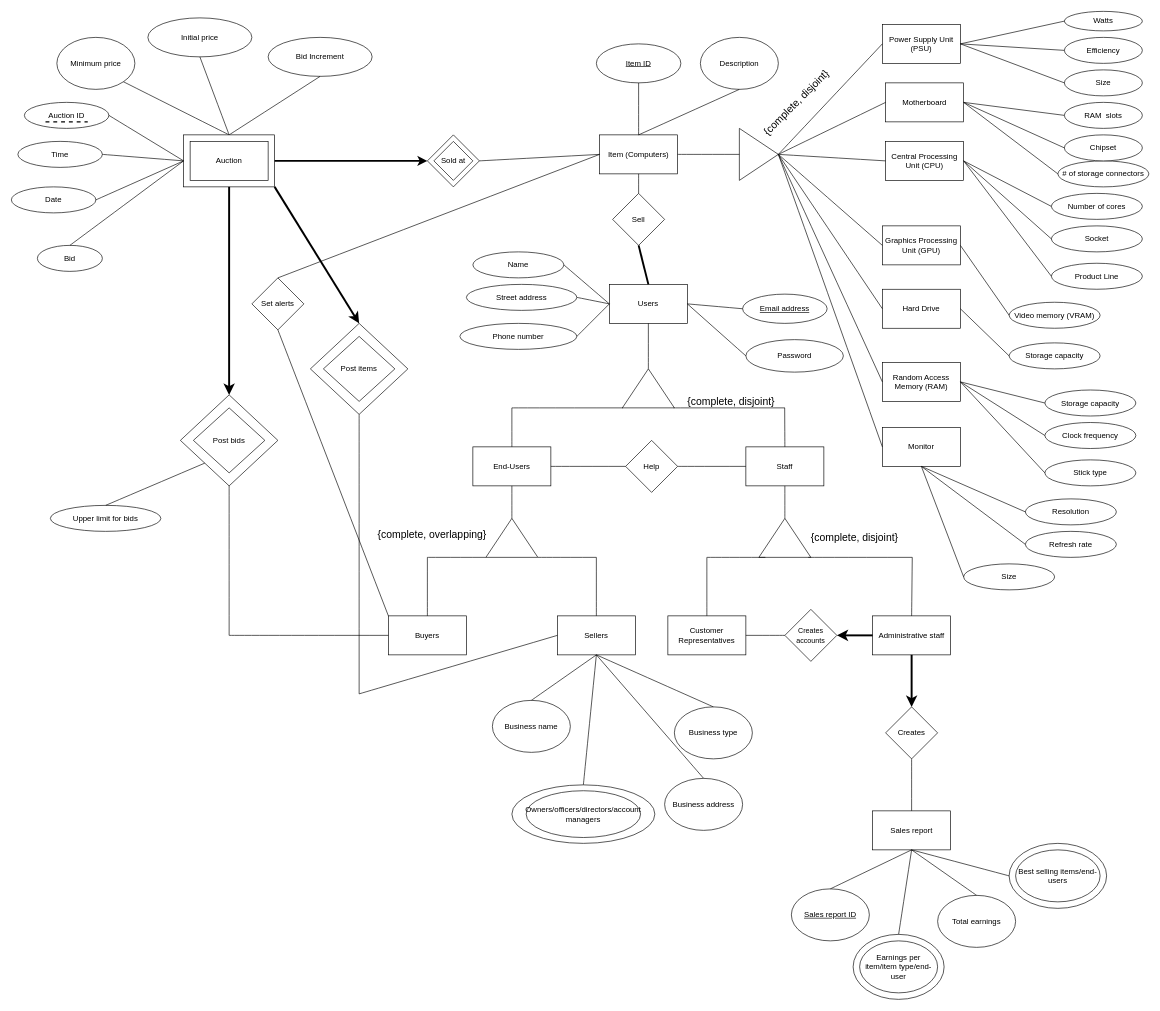
JuanAracena/OnlineAuctionSystem keeps this draw.io diagram as BuyMeERDiagram.drawio. Above is the earlier version. Source tidied: cells renumbered, new cells numbered last; positions are measured from the earlier drawing's top-left corner, leaving out a move shared by most shapes. Both pictures are drawn from the tidied source at 65%, with x=0, y=0 at pixel (11, 11).
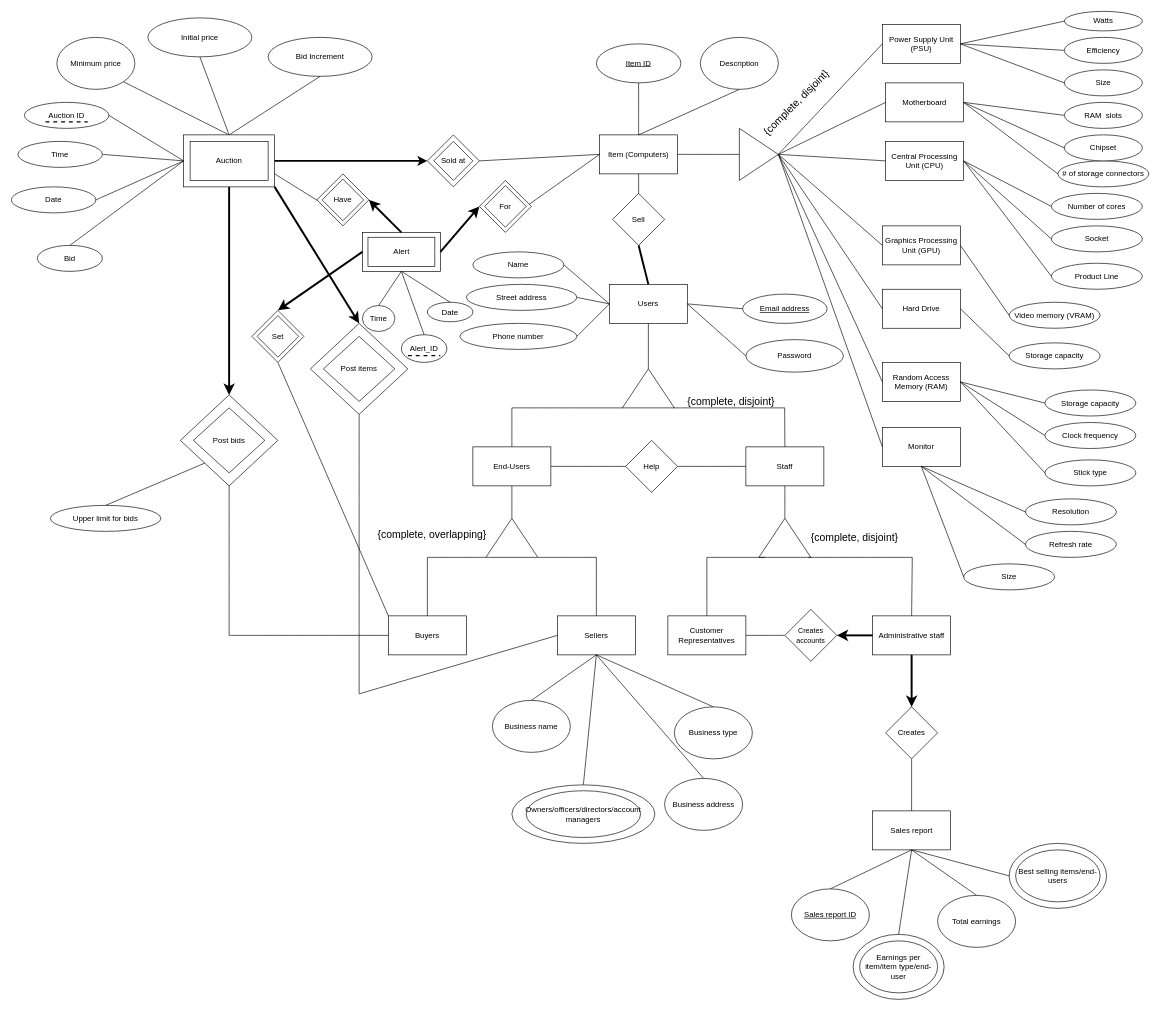
The same diagram, later.

Commit message (it also covers changes not shown here):
made changes to alert and added a pdf with the diagram and the relational schema

Unchanged cells that the change refers to:
```xml
<mxCell id="8" value="Buyers" style="rounded=0;whiteSpace=wrap;html=1;" parent="1" vertex="1">
  <mxGeometry x="580" y="930" width="120" height="60" as="geometry" />
</mxCell>
<mxCell id="30" value="Item (Computers)" style="rounded=0;whiteSpace=wrap;html=1;" parent="1" vertex="1">
  <mxGeometry x="905" y="190" width="120" height="60" as="geometry" />
</mxCell>
<mxCell id="64" style="rounded=0;whiteSpace=wrap;html=1;" parent="63" vertex="1">
  <mxGeometry width="140" height="80" as="geometry" />
</mxCell>
```

Diff of the diagram source:
```diff
@@
-    <mxCell id="96" value="Set alerts" style="rhombus;whiteSpace=wrap;html=1;" parent="1" vertex="1">
-      <mxGeometry x="370" y="410" width="80" height="80" as="geometry" />
-    </mxCell>
-    <mxCell id="97" style="endArrow=none;html=1;rounded=0;fontSize=12;startSize=8;endSize=8;curved=1;exitX=0.5;exitY=1;exitDx=0;exitDy=0;entryX=0;entryY=0;entryDx=0;entryDy=0;" parent="1" edge="1" source="96" target="8">
+    <mxCell id="97" style="endArrow=none;html=1;rounded=0;fontSize=12;startSize=8;endSize=8;curved=1;entryX=0;entryY=0;entryDx=0;entryDy=0;exitX=0.5;exitY=1;exitDx=0;exitDy=0;" parent="1" edge="1" source="175" target="8">
       <mxGeometry relative="1" as="geometry" />
     </mxCell>
-    <mxCell id="98" style="endArrow=none;html=1;rounded=0;fontSize=12;startSize=8;endSize=8;curved=1;exitX=0.5;exitY=0;exitDx=0;exitDy=0;entryX=0;entryY=0.5;entryDx=0;entryDy=0;" parent="1" edge="1" source="96" target="30">
+    <mxCell id="98" style="endArrow=none;html=1;rounded=0;fontSize=12;startSize=8;endSize=8;curved=1;entryX=0;entryY=0.5;entryDx=0;entryDy=0;exitX=1;exitY=0.5;exitDx=0;exitDy=0;" parent="1" edge="1" source="180" target="30">
       <mxGeometry relative="1" as="geometry" />
     </mxCell>
@@
+    <mxCell id="171" style="group;" parent="1" vertex="1">
+      <mxGeometry x="540" y="340" width="120" height="60" as="geometry" />
+    </mxCell>
+    <mxCell id="172" style="rounded=0;whiteSpace=wrap;html=1;" parent="171" vertex="1">
+      <mxGeometry width="120" height="60" as="geometry" />
+    </mxCell>
+    <mxCell id="173" value="Alert" style="rounded=0;whiteSpace=wrap;html=1;" parent="171" vertex="1">
+      <mxGeometry x="8.6" y="7.5" width="102.9" height="45" as="geometry" />
+    </mxCell>
+    <mxCell id="174" style="group;" parent="1" vertex="1">
+      <mxGeometry x="370" y="460" width="80" height="80" as="geometry" />
+    </mxCell>
+    <mxCell id="175" style="rhombus;whiteSpace=wrap;html=1;" parent="174" vertex="1">
+      <mxGeometry width="80" height="80" as="geometry" />
+    </mxCell>
+    <mxCell id="176" value="Set" style="rhombus;whiteSpace=wrap;html=1;" parent="174" vertex="1">
+      <mxGeometry x="8" y="8" width="64" height="64" as="geometry" />
+    </mxCell>
+    <mxCell id="177" style="endArrow=none;html=1;rounded=0;fontSize=12;startSize=8;endSize=8;curved=1;entryX=0;entryY=0.5;entryDx=0;entryDy=0;exitX=0.5;exitY=0;exitDx=0;exitDy=0;strokeWidth=3;startArrow=classic;startFill=1;" parent="1" edge="1" source="175" target="172">
+      <mxGeometry relative="1" as="geometry" />
+    </mxCell>
+    <mxCell id="178" style="group;" parent="1" vertex="1">
+      <mxGeometry x="720" y="260" width="80" height="80" as="geometry" />
+    </mxCell>
+    <mxCell id="179" style="rhombus;whiteSpace=wrap;html=1;" parent="178" vertex="1">
+      <mxGeometry width="80" height="80" as="geometry" />
+    </mxCell>
+    <mxCell id="180" value="For" style="rhombus;whiteSpace=wrap;html=1;" parent="178" vertex="1">
+      <mxGeometry x="8" y="8" width="64" height="64" as="geometry" />
+    </mxCell>
+    <mxCell id="181" style="endArrow=none;html=1;rounded=0;fontSize=12;startSize=8;endSize=8;curved=1;entryX=1;entryY=0.5;entryDx=0;entryDy=0;exitX=0;exitY=0.5;exitDx=0;exitDy=0;strokeWidth=3;startArrow=classic;startFill=1;" parent="1" edge="1" source="179" target="172">
+      <mxGeometry relative="1" as="geometry" />
+    </mxCell>
+    <mxCell id="182" style="group;" parent="1" vertex="1">
+      <mxGeometry x="470" y="250" width="80" height="80" as="geometry" />
+    </mxCell>
+    <mxCell id="183" style="rhombus;whiteSpace=wrap;html=1;" parent="182" vertex="1">
+      <mxGeometry width="80" height="80" as="geometry" />
+    </mxCell>
+    <mxCell id="184" value="Have" style="rhombus;whiteSpace=wrap;html=1;" parent="182" vertex="1">
+      <mxGeometry x="8" y="8" width="64" height="64" as="geometry" />
+    </mxCell>
+    <mxCell id="185" style="endArrow=none;html=1;rounded=0;fontSize=12;startSize=8;endSize=8;curved=1;entryX=0.5;entryY=0;entryDx=0;entryDy=0;exitX=1;exitY=0.5;exitDx=0;exitDy=0;strokeWidth=3;startArrow=classic;startFill=1;" parent="1" edge="1" source="183" target="172">
+      <mxGeometry relative="1" as="geometry" />
+    </mxCell>
+    <mxCell id="186" style="endArrow=none;html=1;rounded=0;fontSize=12;startSize=8;endSize=8;curved=1;entryX=-0.109;entryY=0.516;entryDx=0;entryDy=0;exitX=1;exitY=0.75;exitDx=0;exitDy=0;entryPerimeter=0;" parent="1" edge="1" source="64" target="184">
+      <mxGeometry relative="1" as="geometry" />
+    </mxCell>
+    <mxCell id="187" value="Time" style="ellipse;whiteSpace=wrap;html=1;" parent="1" vertex="1">
+      <mxGeometry x="540" y="452.5" width="50" height="40" as="geometry" />
+    </mxCell>
+    <mxCell id="188" value="Date" style="ellipse;whiteSpace=wrap;html=1;" parent="1" vertex="1">
+      <mxGeometry x="640" y="447.5" width="70" height="30" as="geometry" />
+    </mxCell>
+    <mxCell id="189" style="group;" parent="1" vertex="1">
+      <mxGeometry x="600" y="497.5" width="70" height="42.5" as="geometry" />
+    </mxCell>
+    <mxCell id="190" value="Alert_ID" style="ellipse;whiteSpace=wrap;html=1;" parent="189" vertex="1">
+      <mxGeometry width="70" height="42.5" as="geometry" />
+    </mxCell>
+    <mxCell id="191" style="endArrow=none;dashed=1;html=1;strokeWidth=2;rounded=0;exitX=0;exitY=1;exitDx=0;exitDy=0;entryX=1;entryY=1;entryDx=0;entryDy=0;" parent="189" edge="1">
+      <mxGeometry relative="1" as="geometry">
+        <mxPoint x="10.1" y="32.2" as="sourcePoint" />
+        <mxPoint x="59.9" y="32.2" as="targetPoint" />
+      </mxGeometry>
+    </mxCell>
+    <mxCell id="192" style="endArrow=none;html=1;rounded=0;fontSize=12;startSize=8;endSize=8;curved=1;entryX=0.5;entryY=0;entryDx=0;entryDy=0;exitX=0.5;exitY=1;exitDx=0;exitDy=0;" parent="1" edge="1" source="172" target="188">
+      <mxGeometry relative="1" as="geometry" />
+    </mxCell>
+    <mxCell id="193" style="endArrow=none;html=1;rounded=0;fontSize=12;startSize=8;endSize=8;curved=1;entryX=0.5;entryY=0;entryDx=0;entryDy=0;exitX=0.5;exitY=1;exitDx=0;exitDy=0;" parent="1" edge="1" source="172" target="190">
+      <mxGeometry relative="1" as="geometry" />
+    </mxCell>
+    <mxCell id="194" style="endArrow=none;html=1;rounded=0;fontSize=12;startSize=8;endSize=8;curved=1;entryX=0.5;entryY=0;entryDx=0;entryDy=0;exitX=0.5;exitY=1;exitDx=0;exitDy=0;" parent="1" edge="1" source="172" target="187">
+      <mxGeometry relative="1" as="geometry" />
+    </mxCell>
```
